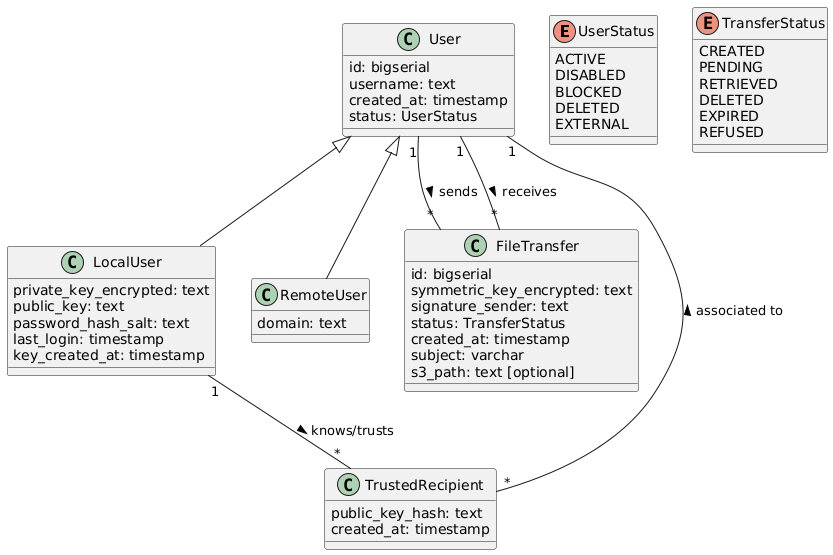
Before: documents/umls/dist/database_schema.png, a diagram exported from PlantUML (BananaTransfer/BananaTransfer). Its source is kept beside it as documents/umls/database_schema.puml.
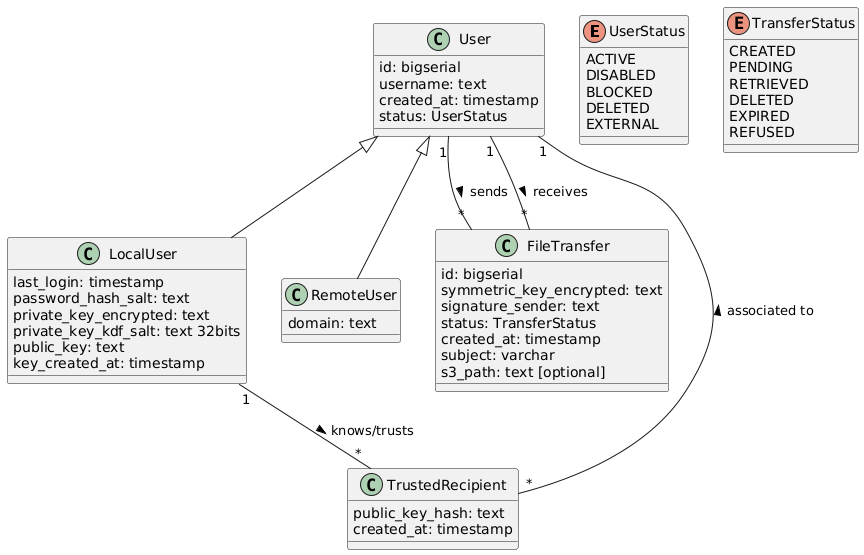
After the commit.

Commit message:
add field for master-password kdf salt in db

What changed in the source:
```diff
@@ -25,10 +25,11 @@
 }
 
 class LocalUser {
+    last_login: timestamp
+    password_hash_salt: text
     private_key_encrypted: text
+    private_key_kdf_salt: text 32bits
     public_key: text
-    password_hash_salt: text
-    last_login: timestamp
     key_created_at: timestamp
 }
 
```
